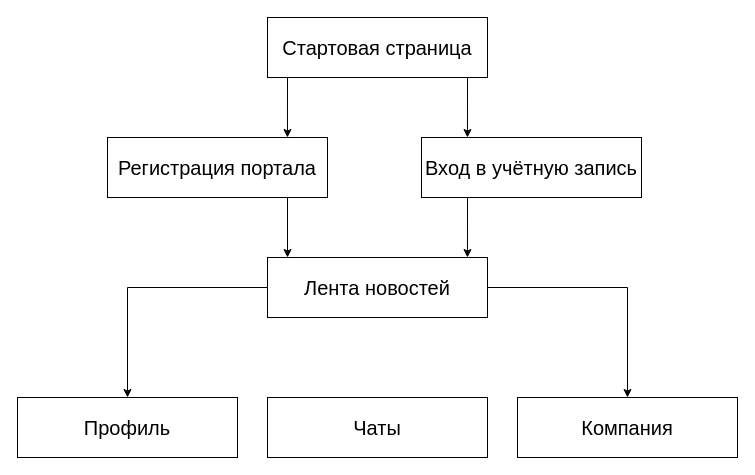
Above: Chavo.drawio in dibovdmitry/Expert-Systems (draw.io), before the change. Source tidied: cells renumbered, new cells numbered last; positions are measured from the earlier drawing's top-left corner, leaving out a move shared by most shapes. Both pictures are drawn from the tidied source at 100%, with x=0, y=0 at pixel (17, 17).
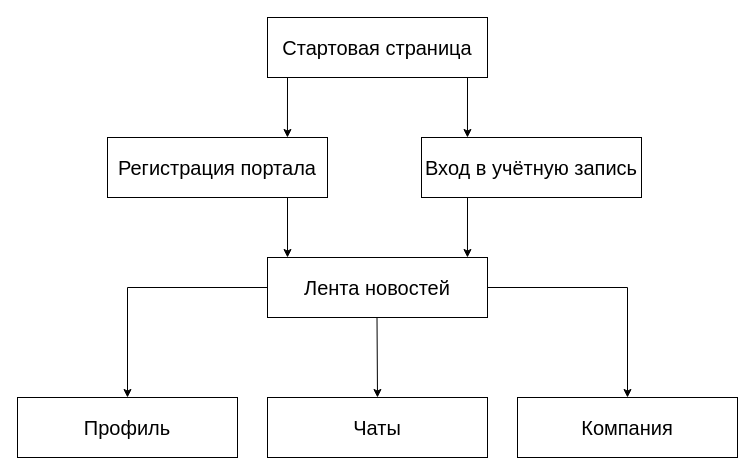
After the change.

The change refers to these unchanged cells:
```xml
<mxCell id="16" value="Чаты" style="rounded=0;whiteSpace=wrap;html=1;fontSize=20;" parent="1" vertex="1">
  <mxGeometry x="250" y="380" width="220" height="60" as="geometry" />
</mxCell>
```

Diff of the diagram source:
```diff
@@
+    <mxCell id="17" style="endArrow=classic;html=1;rounded=0;entryX=0.5;entryY=0;entryDx=0;entryDy=0;" parent="1" edge="1" target="16">
+      <mxGeometry relative="1" as="geometry">
+        <mxPoint x="359.5" y="300" as="sourcePoint" />
+      </mxGeometry>
+    </mxCell>
```
